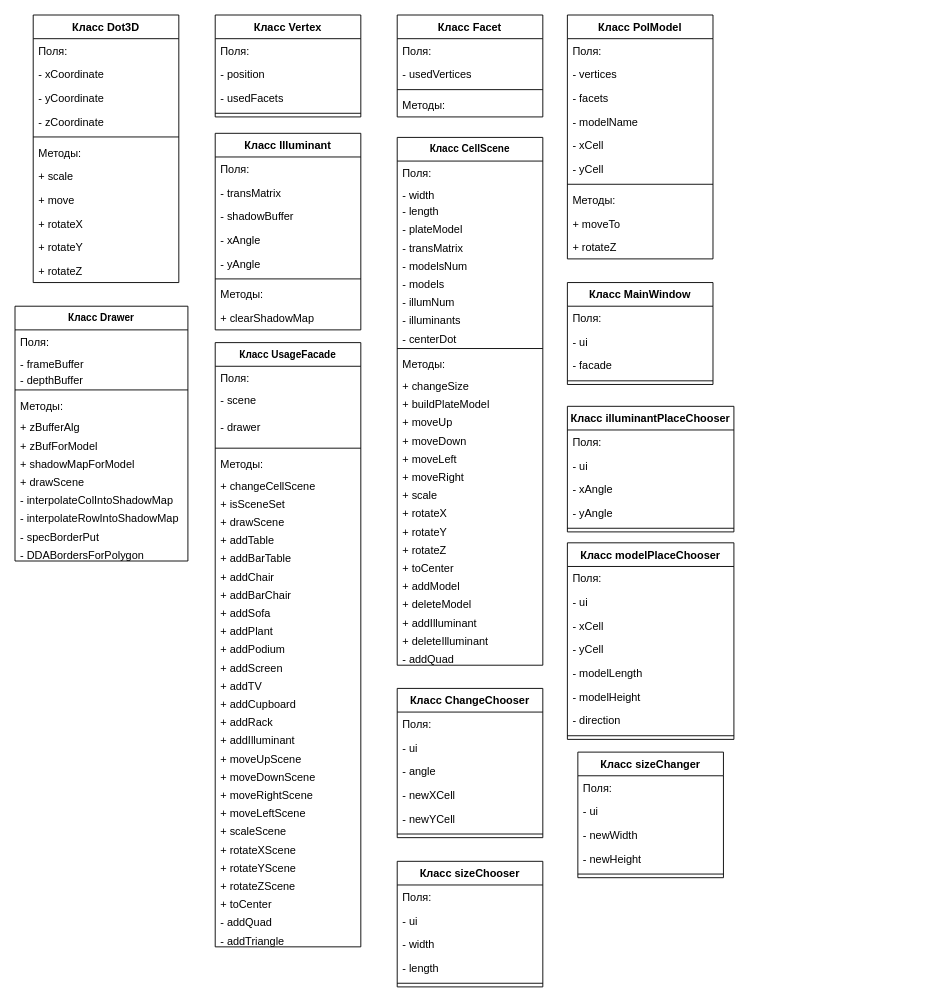
Above: RPZ/ClassDiagrams.drawio in TheSawIsTheLaw/ComputerGraphicsCoursework (draw.io), before the change. Source tidied: cells renumbered, new cells numbered last; positions are measured from the earlier drawing's top-left corner, leaving out a move shared by most shapes. Both pictures are drawn from the tidied source at 91%, with x=0, y=0 at pixel (15, 15).
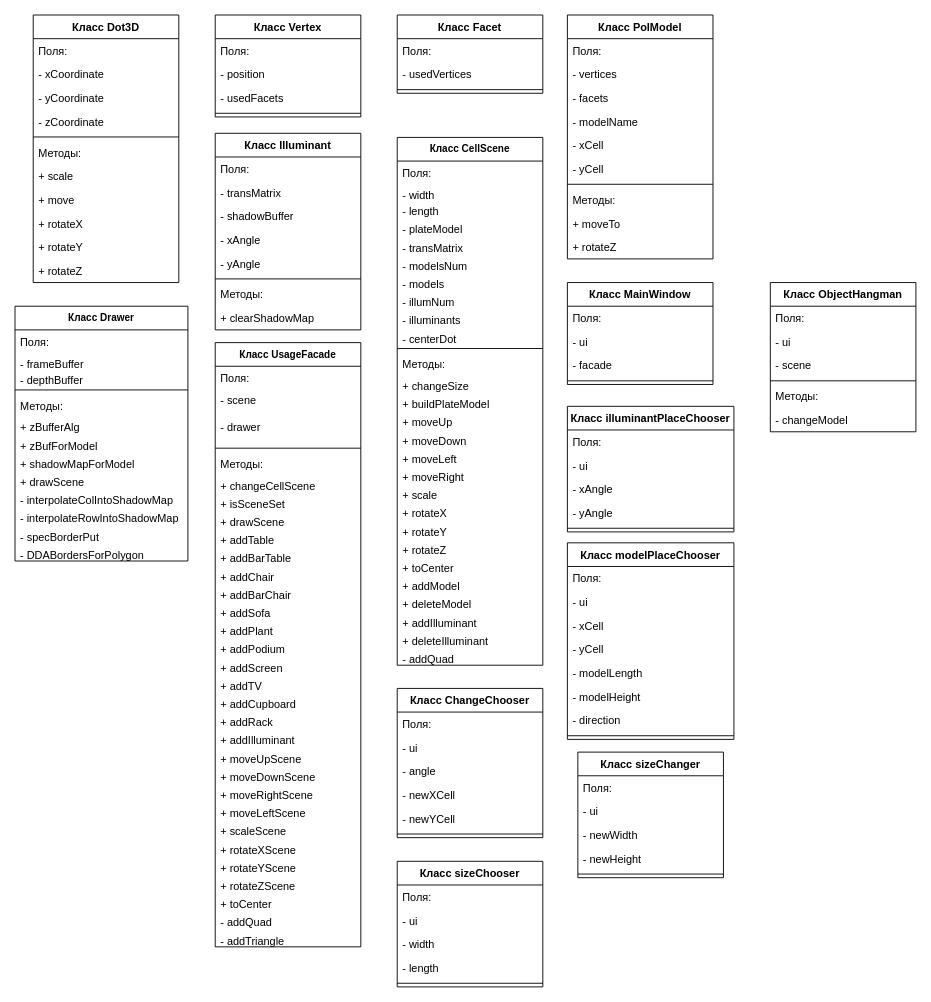
The same diagram, later.

Diff of the diagram source:
```diff
@@
     <mxCell id="19" value="Класс Facet" style="swimlane;fontStyle=1;align=center;verticalAlign=top;horizontal=1;startSize=26;" parent="1" vertex="1">
-      <mxGeometry x="420" width="160" height="112" as="geometry" />
+      <mxGeometry x="420" width="160" height="86" as="geometry" />
     </mxCell>
@@
-    <mxCell id="23" value="Методы:" style="text;strokeColor=none;fillColor=none;align=left;verticalAlign=top;spacingLeft=4;spacingRight=4;overflow=hidden;" parent="19" vertex="1">
-      <mxGeometry y="86" width="160" height="26" as="geometry" />
-    </mxCell>
@@
+    <mxCell id="158" value="Класс ObjectHangman" style="swimlane;fontStyle=1;align=center;verticalAlign=top;horizontal=1;startSize=26;" parent="1" vertex="1">
+      <mxGeometry x="830" y="294" width="160" height="164" as="geometry" />
+    </mxCell>
+    <mxCell id="159" value="Поля:" style="text;strokeColor=none;fillColor=none;align=left;verticalAlign=top;spacingLeft=4;spacingRight=4;overflow=hidden;" parent="158" vertex="1">
+      <mxGeometry y="26" width="160" height="26" as="geometry" />
+    </mxCell>
+    <mxCell id="160" value="- ui" style="text;strokeColor=none;fillColor=none;align=left;verticalAlign=top;spacingLeft=4;spacingRight=4;overflow=hidden;" parent="158" vertex="1">
+      <mxGeometry y="52" width="160" height="26" as="geometry" />
+    </mxCell>
+    <mxCell id="161" value="- scene" style="text;strokeColor=none;fillColor=none;align=left;verticalAlign=top;spacingLeft=4;spacingRight=4;overflow=hidden;" parent="158" vertex="1">
+      <mxGeometry y="78" width="160" height="26" as="geometry" />
+    </mxCell>
+    <mxCell id="162" style="line;strokeWidth=1;fillColor=none;align=left;verticalAlign=middle;spacingTop=-1;spacingLeft=3;spacingRight=3;labelPosition=right;" parent="158" vertex="1">
+      <mxGeometry y="104" width="160" height="8" as="geometry" />
+    </mxCell>
+    <mxCell id="23" value="Методы:" style="text;strokeColor=none;fillColor=none;align=left;verticalAlign=top;spacingLeft=4;spacingRight=4;overflow=hidden;" parent="158" vertex="1">
+      <mxGeometry y="112" width="160" height="26" as="geometry" />
+    </mxCell>
+    <mxCell id="163" value="- changeModel" style="text;strokeColor=none;fillColor=none;align=left;verticalAlign=top;spacingLeft=4;spacingRight=4;overflow=hidden;" parent="158" vertex="1">
+      <mxGeometry y="138" width="160" height="26" as="geometry" />
+    </mxCell>
```
